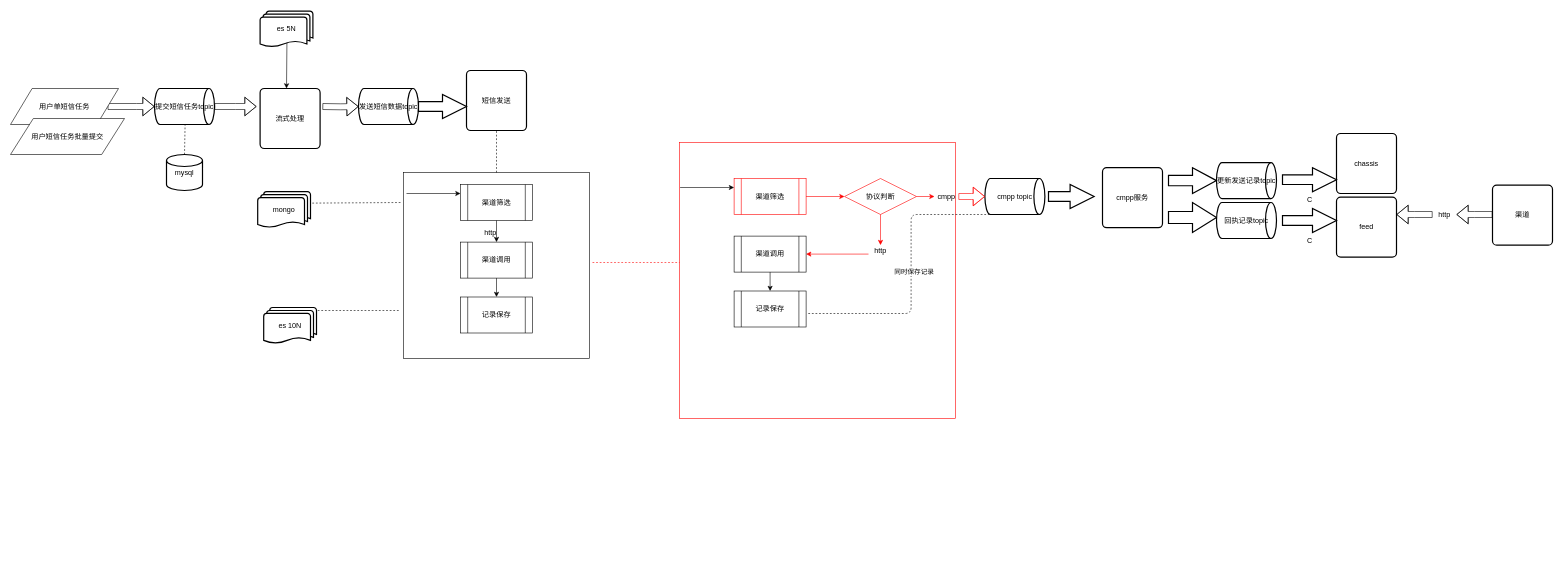
Earlier version of the draw.io diagram Untitled Diagram.drawio (hack0303/draw.io-store). Source tidied: cells renumbered, new cells numbered last; positions are measured from the earlier drawing's top-left corner, leaving out a move shared by most shapes. Both pictures are drawn from the tidied source at 60%, with x=0, y=0 at pixel (10, 11).
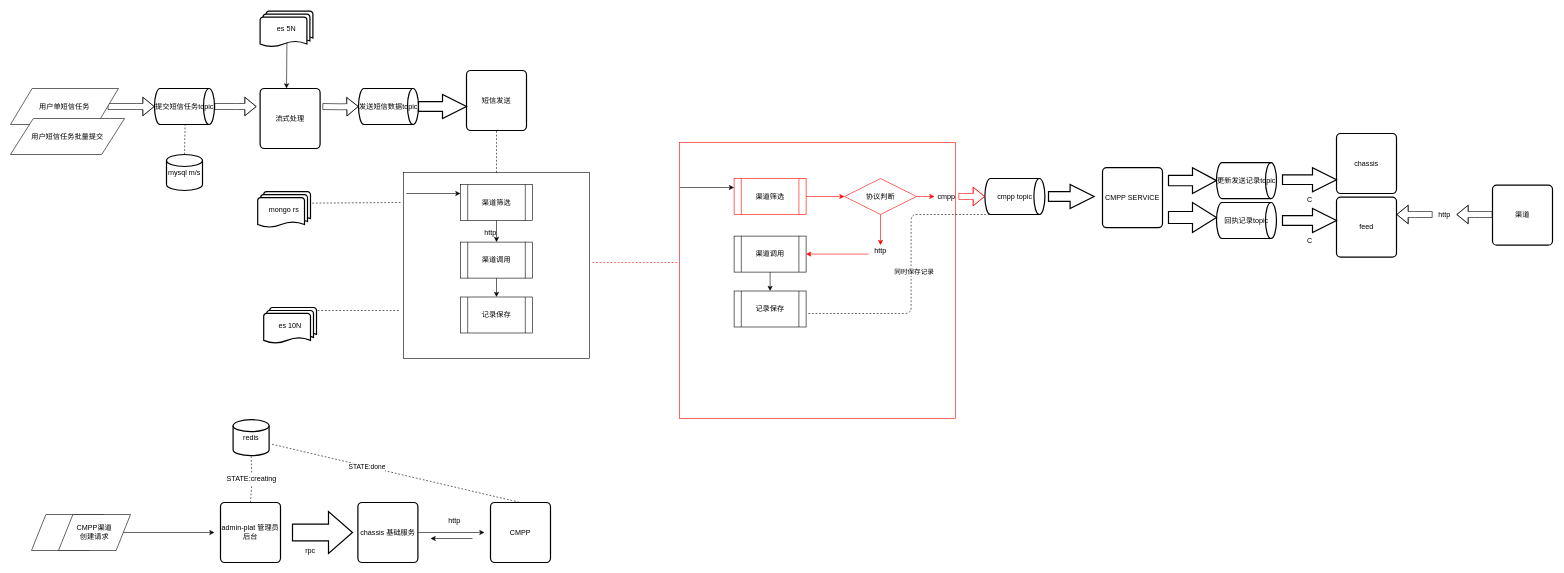
Above is the later version.

What changed in the source:
```diff
@@
-    <mxCell id="30" value="mongo" style="strokeWidth=2;html=1;shape=mxgraph.flowchart.multi-document;whiteSpace=wrap;fillColor=#FFFFFF;" parent="1" vertex="1">
+    <mxCell id="30" value="mongo rs" style="strokeWidth=2;html=1;shape=mxgraph.flowchart.multi-document;whiteSpace=wrap;fillColor=#FFFFFF;" parent="1" vertex="1">
       <mxGeometry x="412" y="301" width="88" height="60" as="geometry" />
     </mxCell>
-    <mxCell id="31" value="mysql" style="strokeWidth=2;html=1;shape=mxgraph.flowchart.database;whiteSpace=wrap;fillColor=#FFFFFF;" parent="1" vertex="1">
+    <mxCell id="31" value="mysql m/s" style="strokeWidth=2;html=1;shape=mxgraph.flowchart.database;whiteSpace=wrap;fillColor=#FFFFFF;" parent="1" vertex="1">
       <mxGeometry x="260" y="239" width="60" height="60" as="geometry" />
     </mxCell>
@@
-    <mxCell id="45" value="cmpp服务" style="rounded=1;whiteSpace=wrap;html=1;absoluteArcSize=1;arcSize=14;strokeWidth=2;fillColor=#FFFFFF;" parent="1" vertex="1">
+    <mxCell id="45" value="CMPP SERVICE" style="rounded=1;whiteSpace=wrap;html=1;absoluteArcSize=1;arcSize=14;strokeWidth=2;fillColor=#FFFFFF;" parent="1" vertex="1">
       <mxGeometry x="1820" y="261" width="100" height="100" as="geometry" />
     </mxCell>
@@
+    <mxCell id="62" value="admin-plat 管理员后台" style="rounded=1;whiteSpace=wrap;html=1;absoluteArcSize=1;arcSize=14;strokeWidth=2;" parent="1" vertex="1">
+      <mxGeometry x="350" y="819" width="100" height="100" as="geometry" />
+    </mxCell>
+    <mxCell id="63" style="shape=parallelogram;perimeter=parallelogramPerimeter;whiteSpace=wrap;html=1;" parent="1" vertex="1">
+      <mxGeometry x="35" y="839" width="120" height="60" as="geometry" />
+    </mxCell>
+    <mxCell id="64" value="CMPP渠道&lt;br&gt;创建请求" style="shape=parallelogram;perimeter=parallelogramPerimeter;whiteSpace=wrap;html=1;" parent="1" vertex="1">
+      <mxGeometry x="80" y="839" width="120" height="60" as="geometry" />
+    </mxCell>
+    <mxCell id="65" value="chassis 基础服务" style="rounded=1;whiteSpace=wrap;html=1;absoluteArcSize=1;arcSize=14;strokeWidth=2;" parent="1" vertex="1">
+      <mxGeometry x="579" y="819" width="100" height="100" as="geometry" />
+    </mxCell>
+    <mxCell id="66" value="rpc" style="text;html=1;strokeColor=none;fillColor=none;align=center;verticalAlign=middle;whiteSpace=wrap;rounded=0;" parent="1" vertex="1">
+      <mxGeometry x="480" y="889" width="40" height="20" as="geometry" />
+    </mxCell>
+    <mxCell id="67" style="endArrow=classic;html=1;exitX=1;exitY=0.5;exitDx=0;exitDy=0;" parent="1" edge="1" source="64">
+      <mxGeometry relative="1" as="geometry">
+        <mxPoint x="340" y="869" as="targetPoint" />
+      </mxGeometry>
+    </mxCell>
+    <mxCell id="68" style="verticalLabelPosition=bottom;verticalAlign=top;html=1;strokeWidth=2;shape=mxgraph.arrows2.arrow;dy=0.6;dx=40;notch=0;" parent="1" vertex="1">
+      <mxGeometry x="470" y="834" width="100" height="70" as="geometry" />
+    </mxCell>
+    <mxCell id="69" value="redis" style="strokeWidth=2;html=1;shape=mxgraph.flowchart.database;whiteSpace=wrap;" parent="1" vertex="1">
+      <mxGeometry x="371" y="681" width="60" height="60" as="geometry" />
+    </mxCell>
+    <mxCell id="70" style="endArrow=none;dashed=1;html=1;exitX=0.5;exitY=0;exitDx=0;exitDy=0;entryX=0.5;entryY=1;entryDx=0;entryDy=0;entryPerimeter=0;" parent="1" edge="1" source="71" target="69">
+      <mxGeometry relative="1" as="geometry" />
+    </mxCell>
+    <mxCell id="71" value="STATE:creating" style="text;html=1;strokeColor=none;fillColor=none;align=center;verticalAlign=middle;whiteSpace=wrap;rounded=0;" parent="1" vertex="1">
+      <mxGeometry x="382" y="769" width="40" height="20" as="geometry" />
+    </mxCell>
+    <mxCell id="72" style="endArrow=none;dashed=1;html=1;exitX=0.5;exitY=0;exitDx=0;exitDy=0;entryX=0.5;entryY=1;entryDx=0;entryDy=0;entryPerimeter=0;" parent="1" edge="1">
+      <mxGeometry relative="1" as="geometry">
+        <mxPoint x="400" y="819" as="sourcePoint" />
+        <mxPoint x="402" y="789" as="targetPoint" />
+      </mxGeometry>
+    </mxCell>
+    <mxCell id="73" value="CMPP" style="rounded=1;whiteSpace=wrap;html=1;absoluteArcSize=1;arcSize=14;strokeWidth=2;" parent="1" vertex="1">
+      <mxGeometry x="800" y="819" width="100" height="100" as="geometry" />
+    </mxCell>
+    <mxCell id="74" style="endArrow=classic;html=1;" parent="1" edge="1">
+      <mxGeometry relative="1" as="geometry">
+        <mxPoint x="680" y="869" as="sourcePoint" />
+        <mxPoint x="790" y="869" as="targetPoint" />
+      </mxGeometry>
+    </mxCell>
+    <mxCell id="75" style="endArrow=classic;html=1;" parent="1" edge="1">
+      <mxGeometry relative="1" as="geometry">
+        <mxPoint x="770" y="879" as="sourcePoint" />
+        <mxPoint x="700" y="879" as="targetPoint" />
+      </mxGeometry>
+    </mxCell>
+    <mxCell id="76" value="http" style="text;html=1;strokeColor=none;fillColor=none;align=center;verticalAlign=middle;whiteSpace=wrap;rounded=0;" parent="1" vertex="1">
+      <mxGeometry x="720" y="839" width="40" height="20" as="geometry" />
+    </mxCell>
+    <mxCell id="77" style="endArrow=none;dashed=1;html=1;entryX=0.5;entryY=0;entryDx=0;entryDy=0;exitX=1.083;exitY=0.683;exitDx=0;exitDy=0;exitPerimeter=0;" parent="1" edge="1" source="69" target="73">
+      <mxGeometry relative="1" as="geometry" />
+    </mxCell>
+    <mxCell id="78" value="STATE:done" style="edgeLabel;html=1;align=center;verticalAlign=middle;" parent="77" vertex="1">
+      <mxGeometry x="-0.25" y="-5" relative="1" as="geometry">
+        <mxPoint x="4.3" y="-4.1" as="offset" />
+      </mxGeometry>
+    </mxCell>
```
